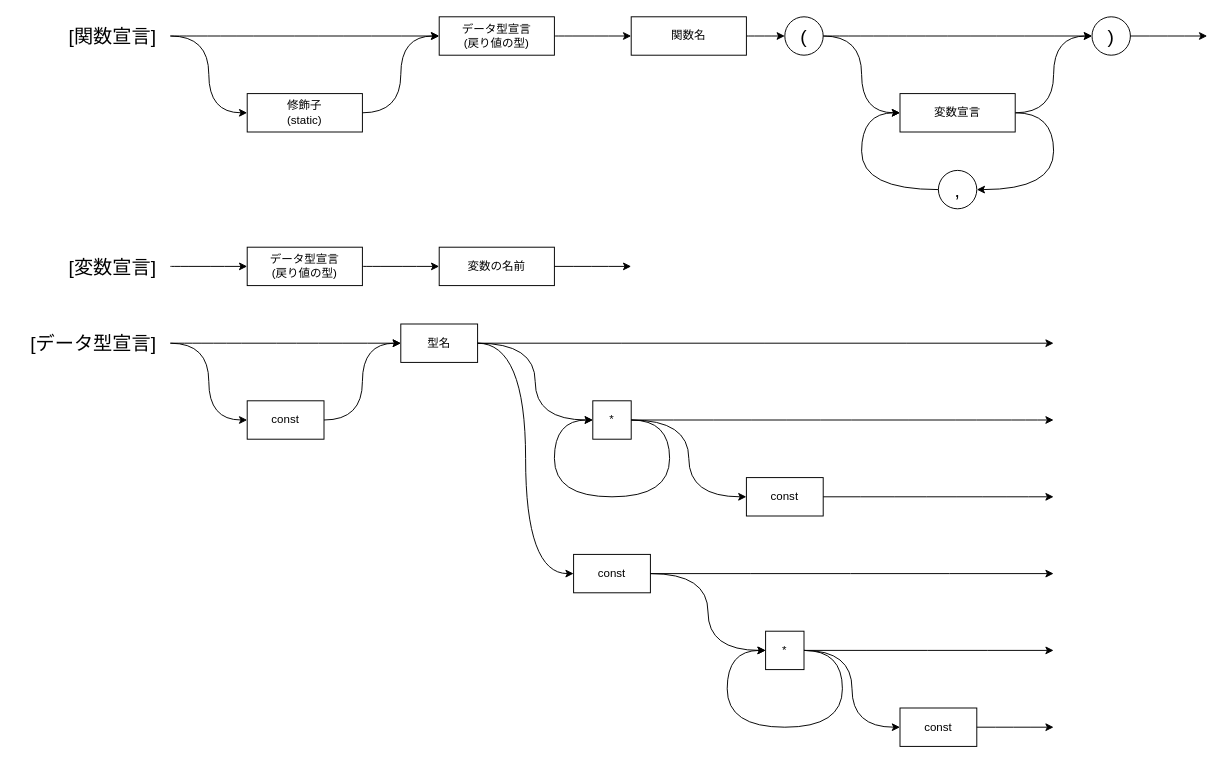
This is doc/design/lexical_analysis.drawio from CountrySideEngineer/CStubMk, a draw.io file, before an edit. Source tidied: cells renumbered, new cells numbered last; positions are measured from the earlier drawing's top-left corner, leaving out a move shared by most shapes. Both pictures are drawn from the tidied source at 96%, with x=0, y=0 at pixel (16, 16).
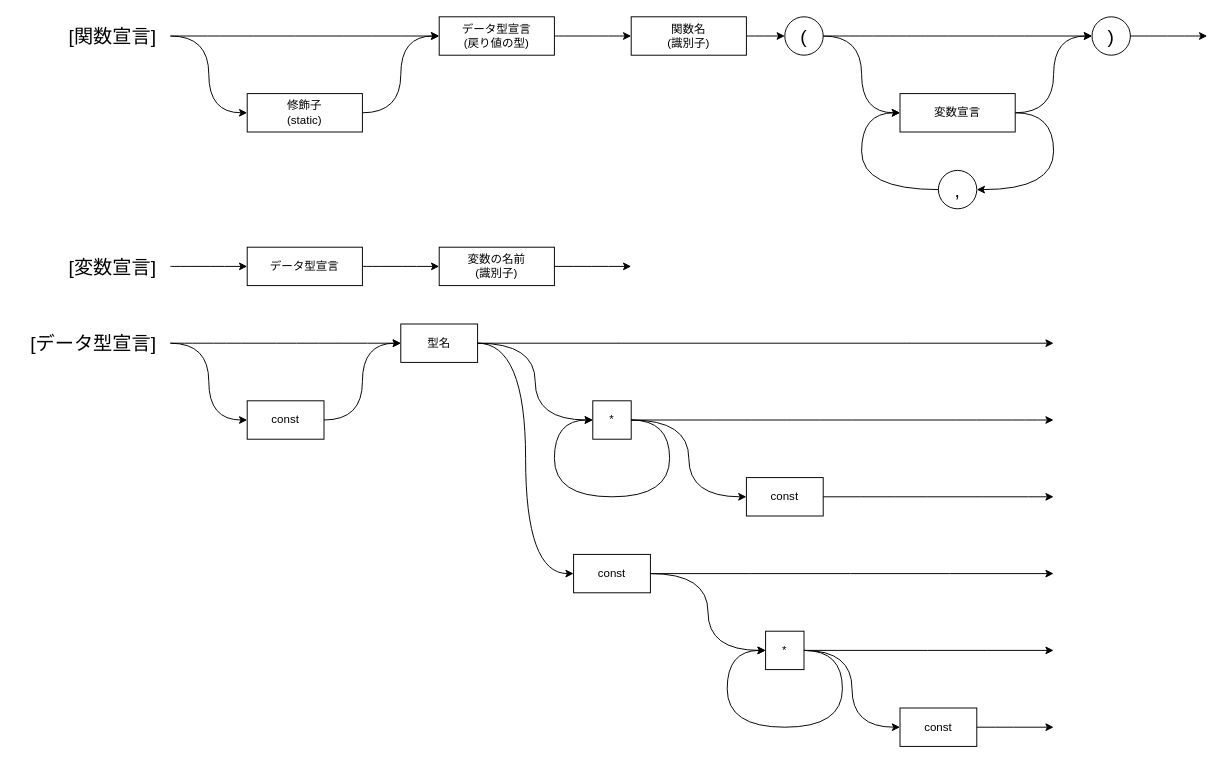
After the change.

Diff of the diagram source:
```diff
@@
-    <mxCell id="6" value="関数名" style="rounded=0;whiteSpace=wrap;html=1;" parent="1" vertex="1">
+    <mxCell id="6" value="関数名&lt;br&gt;(識別子)" style="rounded=0;whiteSpace=wrap;html=1;" parent="1" vertex="1">
       <mxGeometry x="640" width="120" height="40" as="geometry" />
     </mxCell>
@@
-    <mxCell id="21" value="データ型宣言&lt;br&gt;(戻り値の型)" style="rounded=0;whiteSpace=wrap;html=1;" parent="1" vertex="1">
+    <mxCell id="21" value="データ型宣言" style="rounded=0;whiteSpace=wrap;html=1;" parent="1" vertex="1">
       <mxGeometry x="240" y="240" width="120" height="40" as="geometry" />
     </mxCell>
-    <mxCell id="22" value="変数の名前" style="rounded=0;whiteSpace=wrap;html=1;" parent="1" vertex="1">
+    <mxCell id="22" value="変数の名前&lt;br&gt;(識別子)" style="rounded=0;whiteSpace=wrap;html=1;" parent="1" vertex="1">
       <mxGeometry x="440" y="240" width="120" height="40" as="geometry" />
     </mxCell>
```
